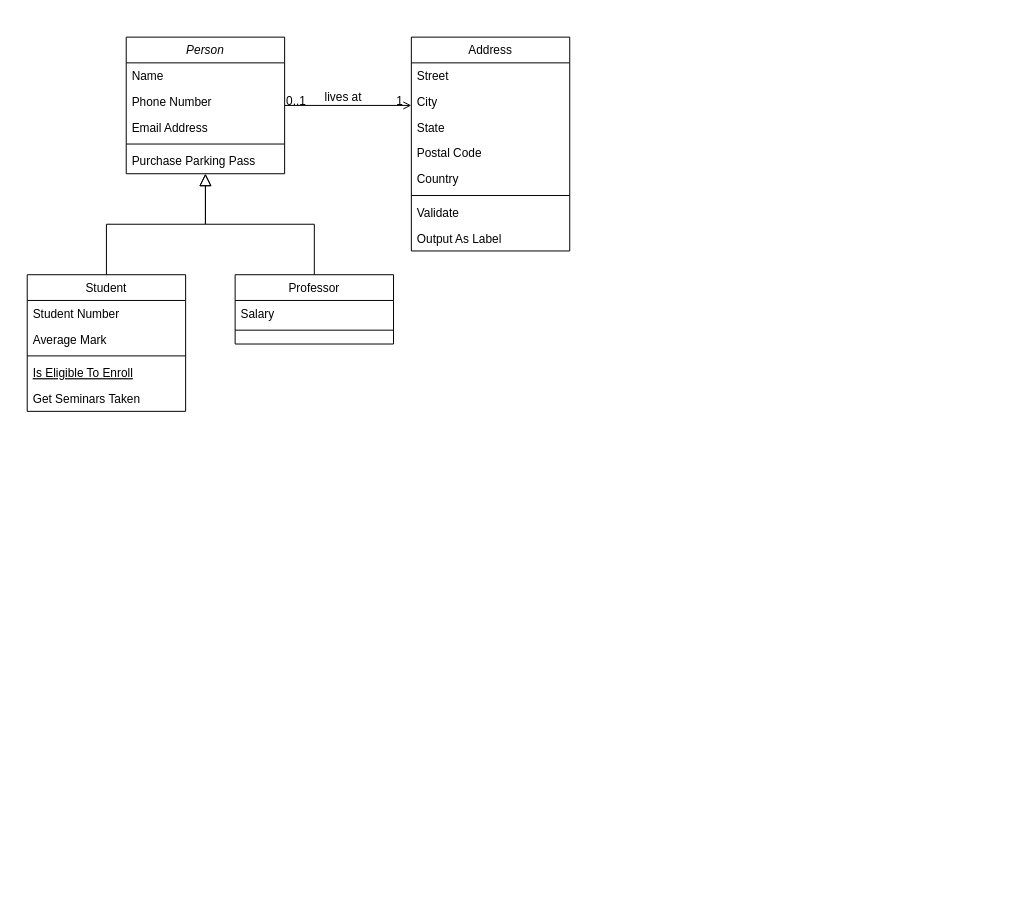
insa-4ir-chatsystem/chatsystem-billard-slamnia keeps this draw.io diagram as conception/ClassDiagramDiscoverySystem.drawio. Above is the earlier version. Source tidied: cells renumbered, new cells numbered last; positions are measured from the earlier drawing's top-left corner, leaving out a move shared by most shapes. Both pictures are drawn from the tidied source at 99%, with x=0, y=0 at pixel (27, 37).
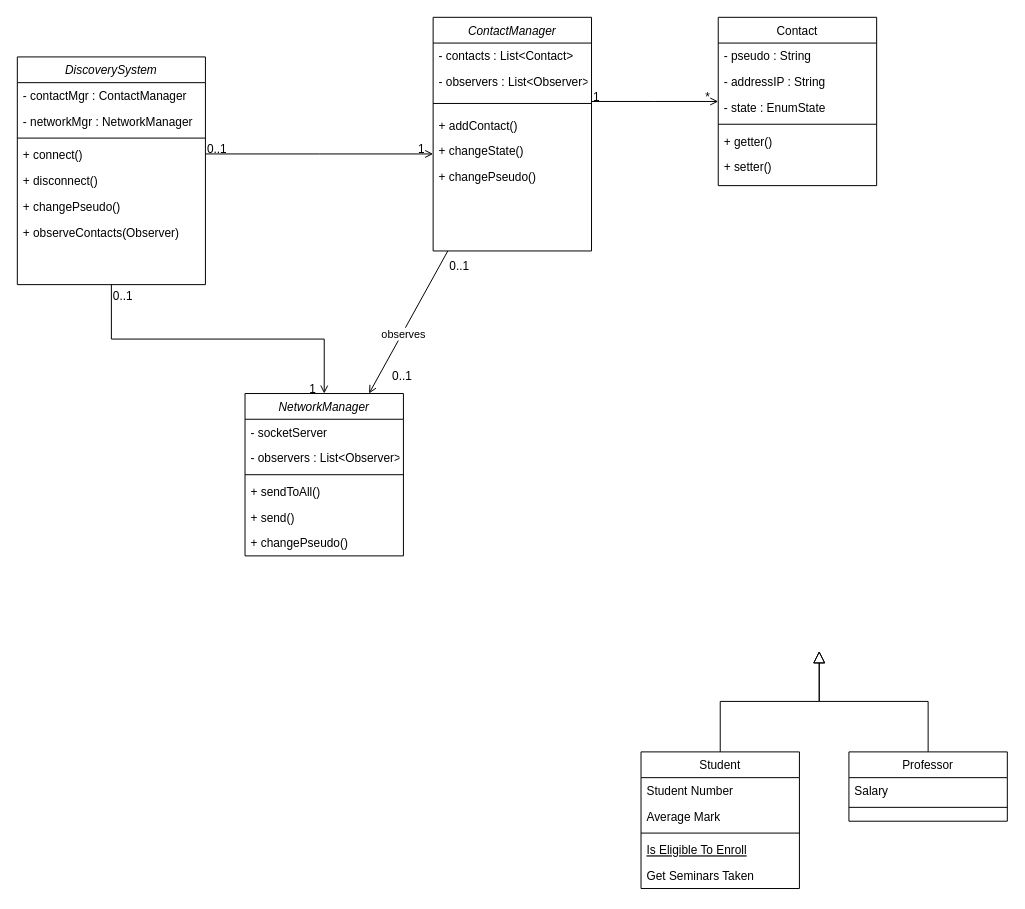
Above is the later version.

Commit message:
Mettre à jour ClassDiagramDiscoverySystem.drawio

The change refers to these unchanged cells:
```xml
<mxCell id="28" style="endArrow=open;shadow=0;strokeWidth=1;rounded=0;endFill=1;edgeStyle=elbowEdgeStyle;elbow=vertical;" parent="1" edge="1" source="2" target="19">
  <mxGeometry x="0.5" y="41" relative="1" as="geometry">
    <mxPoint x="-40" y="32" as="offset" />
  </mxGeometry>
</mxCell>
```

Change to the diagram source:
```diff
@@
-    <mxCell id="2" value="Person" style="swimlane;fontStyle=2;align=center;verticalAlign=top;horizontal=1;startSize=26;rounded=0;shadow=0;strokeWidth=1;" parent="1" vertex="1">
-      <mxGeometry x="100" width="160" height="138" as="geometry" />
+    <mxCell id="2" value="ContactManager" style="swimlane;fontStyle=2;align=center;verticalAlign=top;horizontal=1;startSize=26;rounded=0;shadow=0;strokeWidth=1;" parent="1" vertex="1">
+      <mxGeometry x="410" y="-20" width="160" height="236" as="geometry" />
     </mxCell>
-    <mxCell id="3" value="Name" style="text;align=left;verticalAlign=top;spacingLeft=4;spacingRight=4;overflow=hidden;" parent="2" vertex="1">
+    <mxCell id="3" value="- contacts : List&lt;Contact&gt;" style="text;align=left;verticalAlign=top;spacingLeft=4;spacingRight=4;overflow=hidden;" parent="2" vertex="1">
       <mxGeometry y="26" width="160" height="26" as="geometry" />
     </mxCell>
-    <mxCell id="4" value="Phone Number" style="text;align=left;verticalAlign=top;spacingLeft=4;spacingRight=4;overflow=hidden;rounded=0;shadow=0;html=0;" parent="2" vertex="1">
-      <mxGeometry y="52" width="160" height="26" as="geometry" />
-    </mxCell>
-    <mxCell id="5" value="Email Address" style="text;align=left;verticalAlign=top;spacingLeft=4;spacingRight=4;overflow=hidden;rounded=0;shadow=0;html=0;" parent="2" vertex="1">
-      <mxGeometry y="78" width="160" height="26" as="geometry" />
-    </mxCell>
+    <mxCell id="32" value="- observers : List&lt;Observer&gt;" style="text;align=left;verticalAlign=top;spacingLeft=4;spacingRight=4;overflow=hidden;" parent="2" vertex="1">
+      <mxGeometry y="52" width="160" height="26" as="geometry" />
+    </mxCell>
     <mxCell id="6" style="line;html=1;strokeWidth=1;align=left;verticalAlign=middle;spacingTop=-1;spacingLeft=3;spacingRight=3;labelPosition=right;" parent="2" vertex="1">
-      <mxGeometry y="104" width="160" height="8" as="geometry" />
+      <mxGeometry y="78" width="160" height="18" as="geometry" />
     </mxCell>
-    <mxCell id="7" value="Purchase Parking Pass" style="text;align=left;verticalAlign=top;spacingLeft=4;spacingRight=4;overflow=hidden;" parent="2" vertex="1">
-      <mxGeometry y="112" width="160" height="26" as="geometry" />
+    <mxCell id="7" value="+ addContact()" style="text;align=left;verticalAlign=top;spacingLeft=4;spacingRight=4;overflow=hidden;" parent="2" vertex="1">
+      <mxGeometry y="96" width="160" height="26" as="geometry" />
     </mxCell>
+    <mxCell id="33" value="+ changeState()" style="text;align=left;verticalAlign=top;spacingLeft=4;spacingRight=4;overflow=hidden;" parent="2" vertex="1">
+      <mxGeometry y="122" width="160" height="26" as="geometry" />
+    </mxCell>
+    <mxCell id="34" value="+ changePseudo()" style="text;align=left;verticalAlign=top;spacingLeft=4;spacingRight=4;overflow=hidden;" parent="2" vertex="1">
+      <mxGeometry y="148" width="160" height="22" as="geometry" />
+    </mxCell>
     <mxCell id="8" value="Student" style="swimlane;fontStyle=0;align=center;verticalAlign=top;horizontal=1;startSize=26;rounded=0;shadow=0;strokeWidth=1;" parent="1" vertex="1">
-      <mxGeometry y="240" width="160" height="138" as="geometry" />
+      <mxGeometry x="620" y="722" width="160" height="138" as="geometry" />
     </mxCell>
@@
-    <mxCell id="14" style="endArrow=block;endSize=10;endFill=0;shadow=0;strokeWidth=1;rounded=0;edgeStyle=elbowEdgeStyle;elbow=vertical;" parent="1" edge="1" source="8" target="2">
-      <mxGeometry relative="1" as="geometry" />
+    <mxCell id="14" style="endArrow=block;endSize=10;endFill=0;shadow=0;strokeWidth=1;rounded=0;edgeStyle=elbowEdgeStyle;elbow=vertical;" parent="1" edge="1" source="8">
+      <mxGeometry relative="1" as="geometry">
+        <mxPoint x="800" y="620" as="targetPoint" />
+      </mxGeometry>
     </mxCell>
     <mxCell id="15" value="Professor" style="swimlane;fontStyle=0;align=center;verticalAlign=top;horizontal=1;startSize=26;rounded=0;shadow=0;strokeWidth=1;" parent="1" vertex="1">
-      <mxGeometry x="210" y="240" width="160" height="70" as="geometry" />
+      <mxGeometry x="830" y="722" width="160" height="70" as="geometry" />
     </mxCell>
@@
-    <mxCell id="18" style="endArrow=block;endSize=10;endFill=0;shadow=0;strokeWidth=1;rounded=0;edgeStyle=elbowEdgeStyle;elbow=vertical;" parent="1" edge="1" source="15" target="2">
-      <mxGeometry relative="1" as="geometry" />
+    <mxCell id="18" style="endArrow=block;endSize=10;endFill=0;shadow=0;strokeWidth=1;rounded=0;edgeStyle=elbowEdgeStyle;elbow=vertical;" parent="1" edge="1" source="15">
+      <mxGeometry relative="1" as="geometry">
+        <mxPoint x="800" y="620" as="targetPoint" />
+      </mxGeometry>
     </mxCell>
-    <mxCell id="19" value="Address" style="swimlane;fontStyle=0;align=center;verticalAlign=top;horizontal=1;startSize=26;rounded=0;shadow=0;strokeWidth=1;" parent="1" vertex="1">
-      <mxGeometry x="388" width="160" height="216" as="geometry" />
+    <mxCell id="19" value="Contact" style="swimlane;fontStyle=0;align=center;verticalAlign=top;horizontal=1;startSize=26;rounded=0;shadow=0;strokeWidth=1;" parent="1" vertex="1">
+      <mxGeometry x="698" y="-20" width="160" height="170" as="geometry" />
     </mxCell>
-    <mxCell id="20" value="Street" style="text;align=left;verticalAlign=top;spacingLeft=4;spacingRight=4;overflow=hidden;" parent="19" vertex="1">
+    <mxCell id="20" value="- pseudo : String" style="text;align=left;verticalAlign=top;spacingLeft=4;spacingRight=4;overflow=hidden;" parent="19" vertex="1">
       <mxGeometry y="26" width="160" height="26" as="geometry" />
     </mxCell>
-    <mxCell id="21" value="City" style="text;align=left;verticalAlign=top;spacingLeft=4;spacingRight=4;overflow=hidden;rounded=0;shadow=0;html=0;" parent="19" vertex="1">
+    <mxCell id="21" value="- addressIP : String" style="text;align=left;verticalAlign=top;spacingLeft=4;spacingRight=4;overflow=hidden;rounded=0;shadow=0;html=0;" parent="19" vertex="1">
       <mxGeometry y="52" width="160" height="26" as="geometry" />
     </mxCell>
-    <mxCell id="22" value="State" style="text;align=left;verticalAlign=top;spacingLeft=4;spacingRight=4;overflow=hidden;rounded=0;shadow=0;html=0;" parent="19" vertex="1">
+    <mxCell id="22" value="- state : EnumState" style="text;align=left;verticalAlign=top;spacingLeft=4;spacingRight=4;overflow=hidden;rounded=0;shadow=0;html=0;" parent="19" vertex="1">
       <mxGeometry y="78" width="160" height="26" as="geometry" />
     </mxCell>
-    <mxCell id="23" value="Postal Code" style="text;align=left;verticalAlign=top;spacingLeft=4;spacingRight=4;overflow=hidden;rounded=0;shadow=0;html=0;" parent="19" vertex="1">
-      <mxGeometry y="104" width="160" height="26" as="geometry" />
-    </mxCell>
-    <mxCell id="24" value="Country" style="text;align=left;verticalAlign=top;spacingLeft=4;spacingRight=4;overflow=hidden;rounded=0;shadow=0;html=0;" parent="19" vertex="1">
-      <mxGeometry y="130" width="160" height="26" as="geometry" />
-    </mxCell>
     <mxCell id="25" style="line;html=1;strokeWidth=1;align=left;verticalAlign=middle;spacingTop=-1;spacingLeft=3;spacingRight=3;labelPosition=right;" parent="19" vertex="1">
-      <mxGeometry y="156" width="160" height="8" as="geometry" />
+      <mxGeometry y="104" width="160" height="8" as="geometry" />
     </mxCell>
-    <mxCell id="26" value="Validate" style="text;align=left;verticalAlign=top;spacingLeft=4;spacingRight=4;overflow=hidden;" parent="19" vertex="1">
-      <mxGeometry y="164" width="160" height="26" as="geometry" />
+    <mxCell id="26" value="+ getter()" style="text;align=left;verticalAlign=top;spacingLeft=4;spacingRight=4;overflow=hidden;" parent="19" vertex="1">
+      <mxGeometry y="112" width="160" height="26" as="geometry" />
     </mxCell>
-    <mxCell id="27" value="Output As Label" style="text;align=left;verticalAlign=top;spacingLeft=4;spacingRight=4;overflow=hidden;" parent="19" vertex="1">
-      <mxGeometry y="190" width="160" height="26" as="geometry" />
+    <mxCell id="27" value="+ setter()" style="text;align=left;verticalAlign=top;spacingLeft=4;spacingRight=4;overflow=hidden;" parent="19" vertex="1">
+      <mxGeometry y="138" width="160" height="26" as="geometry" />
     </mxCell>
@@
-    <mxCell id="29" value="0..1" style="align=left;verticalAlign=bottom;labelBackgroundColor=none;fontSize=12;" parent="28" vertex="1">
+    <mxCell id="29" value="1" style="align=left;verticalAlign=bottom;labelBackgroundColor=none;fontSize=12;" parent="28" vertex="1">
       <mxGeometry x="-1" relative="1" as="geometry">
         <mxPoint y="4" as="offset" />
       </mxGeometry>
     </mxCell>
-    <mxCell id="30" value="1" style="align=right;verticalAlign=bottom;labelBackgroundColor=none;fontSize=12;" parent="28" vertex="1">
+    <mxCell id="30" value="*" style="align=right;verticalAlign=bottom;labelBackgroundColor=none;fontSize=12;" parent="28" vertex="1">
       <mxGeometry x="1" relative="1" as="geometry">
         <mxPoint x="-7" y="4" as="offset" />
       </mxGeometry>
     </mxCell>
-    <mxCell id="31" value="lives at" style="text;html=1;align=center;verticalAlign=middle;labelBackgroundColor=none;rounded=0;shadow=0;strokeWidth=1;fontSize=12;" parent="28" vertex="1">
-      <mxGeometry x="0.5" y="49" relative="1" as="geometry">
-        <mxPoint x="-38" y="40" as="offset" />
-      </mxGeometry>
-    </mxCell>
+    <mxCell id="35" value="NetworkManager" style="swimlane;fontStyle=2;align=center;verticalAlign=top;horizontal=1;startSize=26;rounded=0;shadow=0;strokeWidth=1;" parent="1" vertex="1">
+      <mxGeometry x="220" y="360" width="160" height="164" as="geometry" />
+    </mxCell>
+    <mxCell id="36" value="- socketServer" style="text;align=left;verticalAlign=top;spacingLeft=4;spacingRight=4;overflow=hidden;" parent="35" vertex="1">
+      <mxGeometry y="26" width="160" height="26" as="geometry" />
+    </mxCell>
+    <mxCell id="37" value="- observers : List&lt;Observer&gt;" style="text;align=left;verticalAlign=top;spacingLeft=4;spacingRight=4;overflow=hidden;" parent="35" vertex="1">
+      <mxGeometry y="52" width="160" height="26" as="geometry" />
+    </mxCell>
+    <mxCell id="38" style="line;html=1;strokeWidth=1;align=left;verticalAlign=middle;spacingTop=-1;spacingLeft=3;spacingRight=3;labelPosition=right;" parent="35" vertex="1">
+      <mxGeometry y="78" width="160" height="8" as="geometry" />
+    </mxCell>
+    <mxCell id="39" value="+ sendToAll()" style="text;align=left;verticalAlign=top;spacingLeft=4;spacingRight=4;overflow=hidden;" parent="35" vertex="1">
+      <mxGeometry y="86" width="160" height="26" as="geometry" />
+    </mxCell>
+    <mxCell id="40" value="+ send()" style="text;align=left;verticalAlign=top;spacingLeft=4;spacingRight=4;overflow=hidden;" parent="35" vertex="1">
+      <mxGeometry y="112" width="160" height="26" as="geometry" />
+    </mxCell>
+    <mxCell id="41" value="+ changePseudo()" style="text;align=left;verticalAlign=top;spacingLeft=4;spacingRight=4;overflow=hidden;" parent="35" vertex="1">
+      <mxGeometry y="138" width="160" height="26" as="geometry" />
+    </mxCell>
+    <mxCell id="42" value="DiscoverySystem" style="swimlane;fontStyle=2;align=center;verticalAlign=top;horizontal=1;startSize=26;rounded=0;shadow=0;strokeWidth=1;" parent="1" vertex="1">
+      <mxGeometry x="-10" y="20" width="190" height="230" as="geometry" />
+    </mxCell>
+    <mxCell id="43" value="- contactMgr : ContactManager" style="text;align=left;verticalAlign=top;spacingLeft=4;spacingRight=4;overflow=hidden;" parent="42" vertex="1">
+      <mxGeometry y="26" width="190" height="26" as="geometry" />
+    </mxCell>
+    <mxCell id="44" value="- networkMgr : NetworkManager" style="text;align=left;verticalAlign=top;spacingLeft=4;spacingRight=4;overflow=hidden;" parent="42" vertex="1">
+      <mxGeometry y="52" width="190" height="26" as="geometry" />
+    </mxCell>
+    <mxCell id="45" style="line;html=1;strokeWidth=1;align=left;verticalAlign=middle;spacingTop=-1;spacingLeft=3;spacingRight=3;labelPosition=right;" parent="42" vertex="1">
+      <mxGeometry y="78" width="190" height="8" as="geometry" />
+    </mxCell>
+    <mxCell id="46" value="+ connect()" style="text;align=left;verticalAlign=top;spacingLeft=4;spacingRight=4;overflow=hidden;" parent="42" vertex="1">
+      <mxGeometry y="86" width="190" height="26" as="geometry" />
+    </mxCell>
+    <mxCell id="47" value="+ disconnect()" style="text;align=left;verticalAlign=top;spacingLeft=4;spacingRight=4;overflow=hidden;" parent="42" vertex="1">
+      <mxGeometry y="112" width="190" height="26" as="geometry" />
+    </mxCell>
+    <mxCell id="48" value="+ changePseudo()" style="text;align=left;verticalAlign=top;spacingLeft=4;spacingRight=4;overflow=hidden;" parent="42" vertex="1">
+      <mxGeometry y="138" width="190" height="26" as="geometry" />
+    </mxCell>
+    <mxCell id="49" value="+ observeContacts(Observer)" style="text;align=left;verticalAlign=top;spacingLeft=4;spacingRight=4;overflow=hidden;" parent="42" vertex="1">
+      <mxGeometry y="164" width="190" height="26" as="geometry" />
+    </mxCell>
+    <mxCell id="50" style="endArrow=open;shadow=0;strokeWidth=1;rounded=0;endFill=1;edgeStyle=elbowEdgeStyle;elbow=vertical;" parent="1" edge="1" source="42" target="2">
+      <mxGeometry x="0.5" y="41" relative="1" as="geometry">
+        <mxPoint x="-40" y="32" as="offset" />
+      </mxGeometry>
+    </mxCell>
+    <mxCell id="51" value="0..1" style="align=left;verticalAlign=bottom;labelBackgroundColor=none;fontSize=12;" parent="50" vertex="1">
+      <mxGeometry x="-1" relative="1" as="geometry">
+        <mxPoint y="4" as="offset" />
+      </mxGeometry>
+    </mxCell>
+    <mxCell id="52" value="1" style="align=right;verticalAlign=bottom;labelBackgroundColor=none;fontSize=12;" parent="50" vertex="1">
+      <mxGeometry x="1" relative="1" as="geometry">
+        <mxPoint x="-7" y="4" as="offset" />
+      </mxGeometry>
+    </mxCell>
+    <mxCell id="53" style="endArrow=open;shadow=0;strokeWidth=1;rounded=0;endFill=1;edgeStyle=elbowEdgeStyle;elbow=vertical;" parent="1" edge="1" source="42" target="35">
+      <mxGeometry x="0.5" y="41" relative="1" as="geometry">
+        <mxPoint x="-40" y="32" as="offset" />
+      </mxGeometry>
+    </mxCell>
+    <mxCell id="54" value="0..1" style="align=left;verticalAlign=bottom;labelBackgroundColor=none;fontSize=12;" parent="53" vertex="1">
+      <mxGeometry x="-1" relative="1" as="geometry">
+        <mxPoint y="20" as="offset" />
+      </mxGeometry>
+    </mxCell>
+    <mxCell id="55" value="1" style="align=right;verticalAlign=bottom;labelBackgroundColor=none;fontSize=12;" parent="53" vertex="1">
+      <mxGeometry x="1" relative="1" as="geometry">
+        <mxPoint x="-7" y="4" as="offset" />
+      </mxGeometry>
+    </mxCell>
+    <mxCell id="56" style="endArrow=open;shadow=0;strokeWidth=1;rounded=0;endFill=1;elbow=vertical;" parent="1" edge="1" source="2" target="35">
+      <mxGeometry x="0.5" y="41" relative="1" as="geometry">
+        <mxPoint x="-40" y="32" as="offset" />
+      </mxGeometry>
+    </mxCell>
+    <mxCell id="57" value="0..1" style="align=left;verticalAlign=bottom;labelBackgroundColor=none;fontSize=12;" parent="56" vertex="1">
+      <mxGeometry x="-1" relative="1" as="geometry">
+        <mxPoint y="24" as="offset" />
+      </mxGeometry>
+    </mxCell>
+    <mxCell id="58" value="0..1" style="align=right;verticalAlign=bottom;labelBackgroundColor=none;fontSize=12;" parent="56" vertex="1">
+      <mxGeometry x="1" relative="1" as="geometry">
+        <mxPoint x="45" y="-10" as="offset" />
+      </mxGeometry>
+    </mxCell>
+    <mxCell id="59" value="&lt;div&gt;observes&lt;/div&gt;" style="edgeLabel;html=1;align=center;verticalAlign=middle;" parent="56" vertex="1">
+      <mxGeometry x="0.14" relative="1" as="geometry">
+        <mxPoint y="1" as="offset" />
+      </mxGeometry>
+    </mxCell>
```
